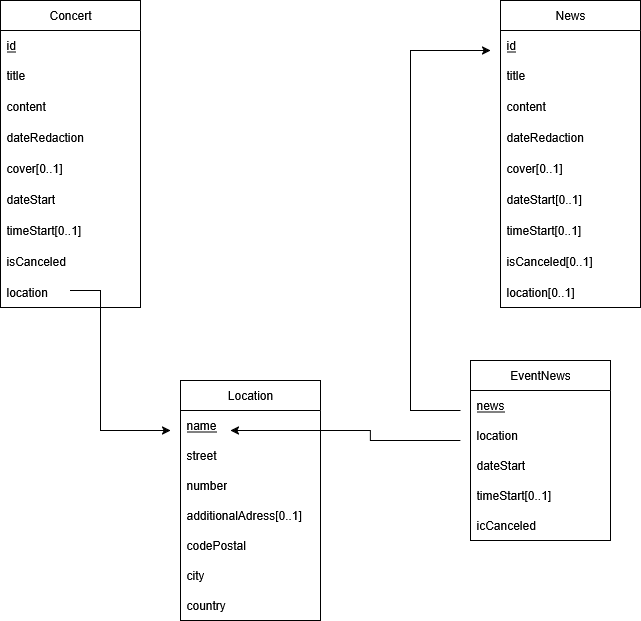
Above: src/assets/images/ERDiagStockemoise.png in JBLNgithub/portfolio (draw.io), before the change. Source tidied: cells renumbered, new cells last; positions are measured from the earlier drawing's top-left corner, leaving out a move shared by most shapes.
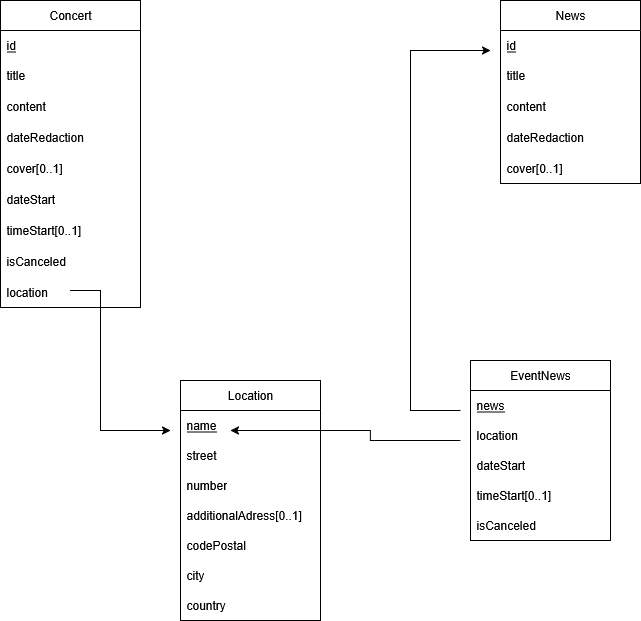
After the commit.

Commit message:
2nd fixe ER diag stockemoise

The edit, as a diff of the source:
```diff
@@ -33,7 +33,7 @@
       <mxGeometry y="276" width="140" height="31" as="geometry" />
     </mxCell>
     <mxCell id="12" value="News" style="swimlane;fontStyle=0;horizontal=1;startSize=30;whiteSpace=wrap;html=1;" parent="1" vertex="1">
-      <mxGeometry x="500" width="140" height="307" as="geometry" />
+      <mxGeometry x="500" width="140" height="183" as="geometry" />
     </mxCell>
     <mxCell id="13" value="id" style="text;strokeColor=none;fillColor=none;align=left;verticalAlign=middle;spacingLeft=4;spacingRight=4;overflow=hidden;whiteSpace=wrap;html=1;fontStyle=4;" parent="12" vertex="1">
       <mxGeometry y="30" width="140" height="30" as="geometry" />
@@ -50,18 +50,6 @@
     <mxCell id="17" value="cover[0..1]" style="text;strokeColor=none;fillColor=none;align=left;verticalAlign=middle;spacingLeft=4;spacingRight=4;overflow=hidden;whiteSpace=wrap;html=1;" parent="12" vertex="1">
       <mxGeometry y="152" width="140" height="31" as="geometry" />
     </mxCell>
-    <mxCell id="18" value="dateStart[0..1]" style="text;strokeColor=none;fillColor=none;align=left;verticalAlign=middle;spacingLeft=4;spacingRight=4;overflow=hidden;whiteSpace=wrap;html=1;" parent="12" vertex="1">
-      <mxGeometry y="183" width="140" height="31" as="geometry" />
-    </mxCell>
-    <mxCell id="19" value="timeStart[0..1]" style="text;strokeColor=none;fillColor=none;align=left;verticalAlign=middle;spacingLeft=4;spacingRight=4;overflow=hidden;whiteSpace=wrap;html=1;" parent="12" vertex="1">
-      <mxGeometry y="214" width="140" height="31" as="geometry" />
-    </mxCell>
-    <mxCell id="20" value="isCanceled[0..1]" style="text;strokeColor=none;fillColor=none;align=left;verticalAlign=middle;spacingLeft=4;spacingRight=4;overflow=hidden;whiteSpace=wrap;html=1;" parent="12" vertex="1">
-      <mxGeometry y="245" width="140" height="31" as="geometry" />
-    </mxCell>
-    <mxCell id="21" value="location[0..1]" style="text;strokeColor=none;fillColor=none;align=left;verticalAlign=middle;spacingLeft=4;spacingRight=4;overflow=hidden;whiteSpace=wrap;html=1;" parent="12" vertex="1">
-      <mxGeometry y="276" width="140" height="31" as="geometry" />
-    </mxCell>
     <mxCell id="22" value="Location" style="swimlane;fontStyle=0;horizontal=1;startSize=30;whiteSpace=wrap;html=1;" parent="1" vertex="1">
       <mxGeometry x="180" y="380" width="140" height="240" as="geometry" />
     </mxCell>
@@ -110,7 +98,7 @@
     <mxCell id="35" value="timeStart[0..1]" style="text;strokeColor=none;fillColor=none;align=left;verticalAlign=middle;spacingLeft=4;spacingRight=4;overflow=hidden;whiteSpace=wrap;html=1;" parent="31" vertex="1">
       <mxGeometry y="120" width="140" height="30" as="geometry" />
     </mxCell>
-    <mxCell id="36" value="icCanceled" style="text;strokeColor=none;fillColor=none;align=left;verticalAlign=middle;spacingLeft=4;spacingRight=4;overflow=hidden;whiteSpace=wrap;html=1;" parent="31" vertex="1">
+    <mxCell id="36" value="isCanceled" style="text;strokeColor=none;fillColor=none;align=left;verticalAlign=middle;spacingLeft=4;spacingRight=4;overflow=hidden;whiteSpace=wrap;html=1;" parent="31" vertex="1">
       <mxGeometry y="150" width="140" height="30" as="geometry" />
     </mxCell>
     <mxCell id="37" style="endArrow=classic;html=1;rounded=0;" parent="1" edge="1">
```
